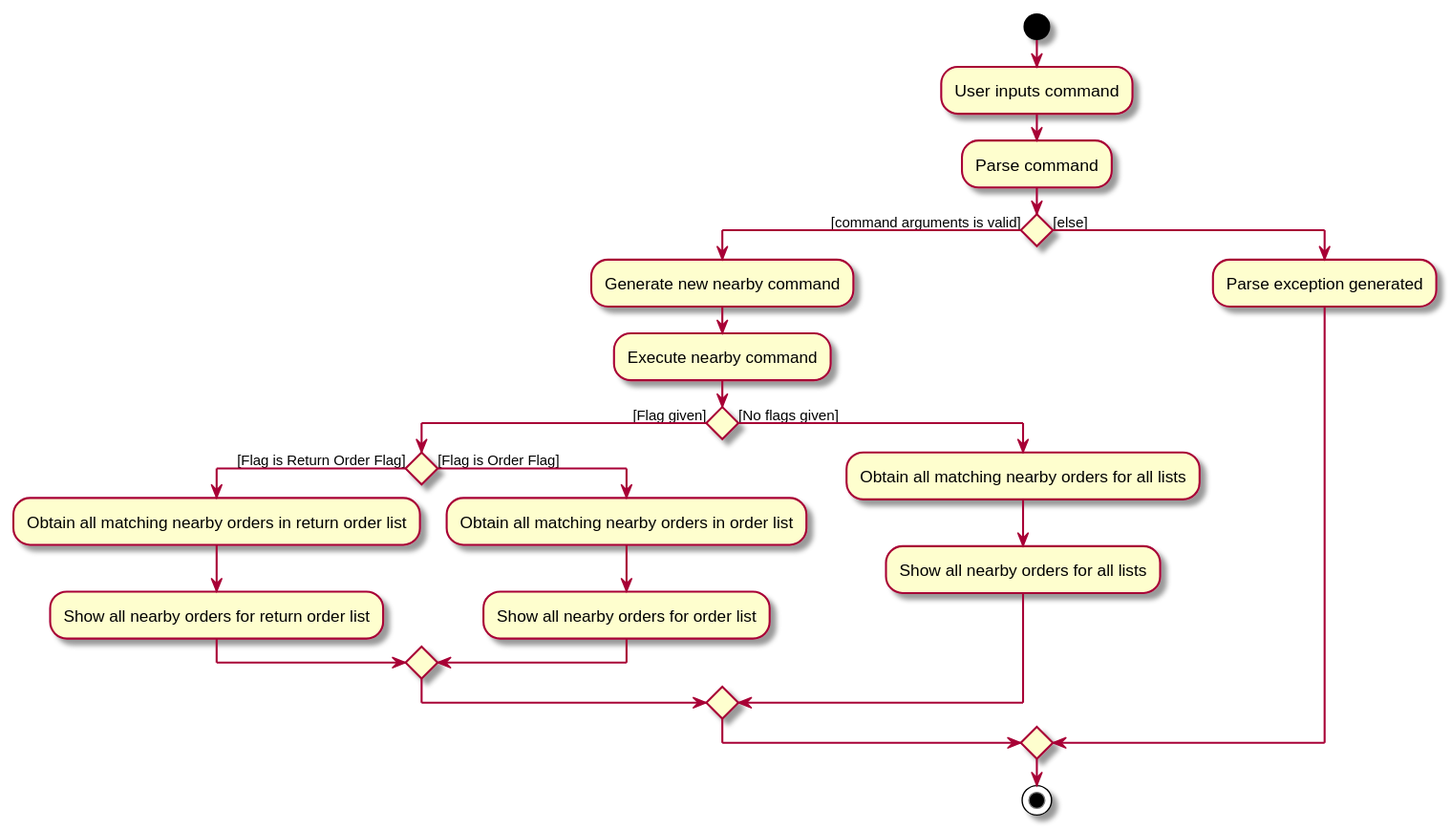
Before: docs/images/NearbyActivityDiagram.svg, a diagram exported from PlantUML (nus-cs2103-AY1920S2/addressbook-level3). Its diagram source:
```plantuml
@startuml
start
:User inputs command;
:Parse command;

if () then ([command arguments is valid])
    :Generate new nearby command;
    :Execute nearby command;
    if () then ([Flag given])
        if () then ([Flag is Return Order Flag])
        :Obtain all matching nearby orders in return order list;
        :Show all nearby orders for return order list;
        else ([Flag is Order Flag])
        :Obtain all matching nearby orders in order list;
        :Show all nearby orders for order list;
        endif
    else ([No flags given])
        :Obtain all matching nearby orders for all lists;
        :Show all nearby orders for all lists;
    endif
else ([else])
    :Parse exception generated;
endif

stop
@enduml
```
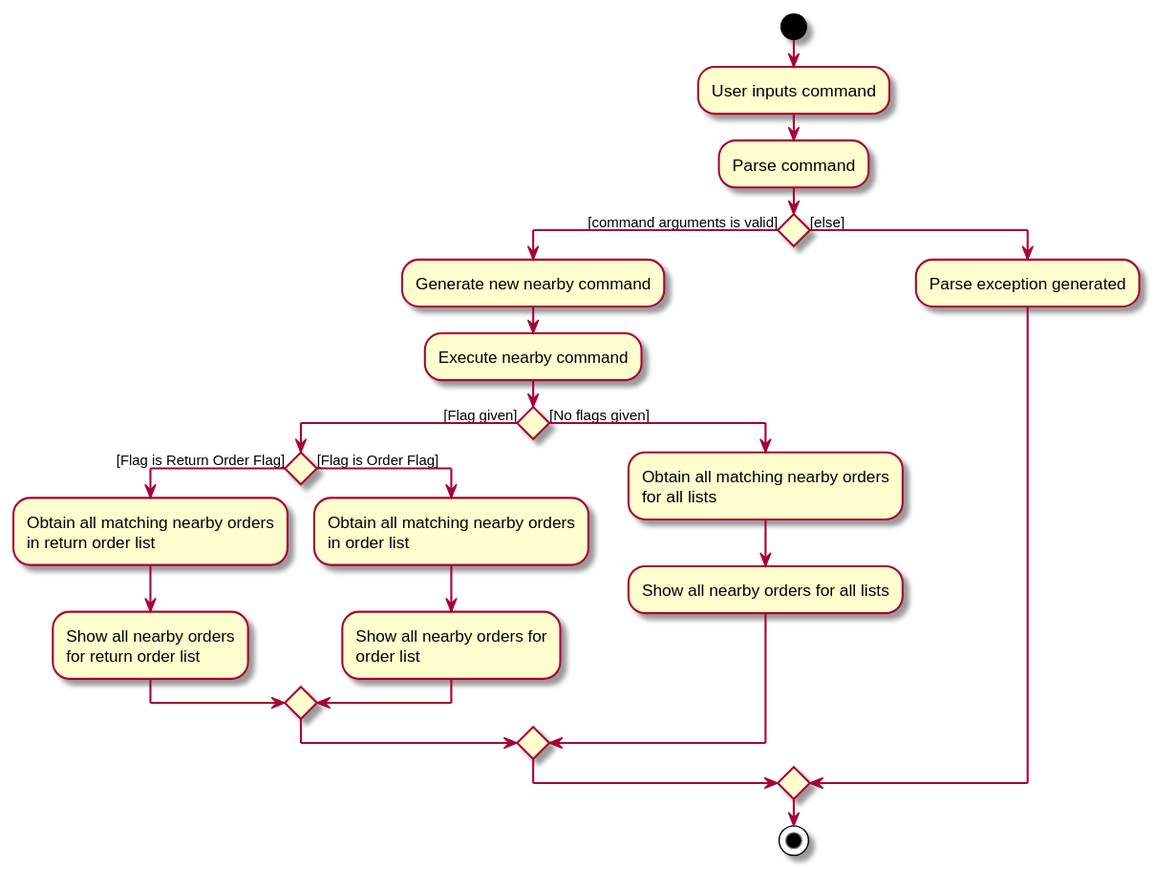
After the change.

Commit message:
NearbyActivityDiagram.puml: Insert breaklines

Diff of the diagram source:
```diff
@@ -8,14 +8,19 @@
     :Execute nearby command;
     if () then ([Flag given])
         if () then ([Flag is Return Order Flag])
-        :Obtain all matching nearby orders in return order list;
-        :Show all nearby orders for return order list;
+        :Obtain all matching nearby orders
+        in return order list;
+        :Show all nearby orders
+        for return order list;
         else ([Flag is Order Flag])
-        :Obtain all matching nearby orders in order list;
-        :Show all nearby orders for order list;
+        :Obtain all matching nearby orders
+        in order list;
+        :Show all nearby orders for
+        order list;
         endif
     else ([No flags given])
-        :Obtain all matching nearby orders for all lists;
+        :Obtain all matching nearby orders
+        for all lists;
         :Show all nearby orders for all lists;
     endif
 else ([else])
```
